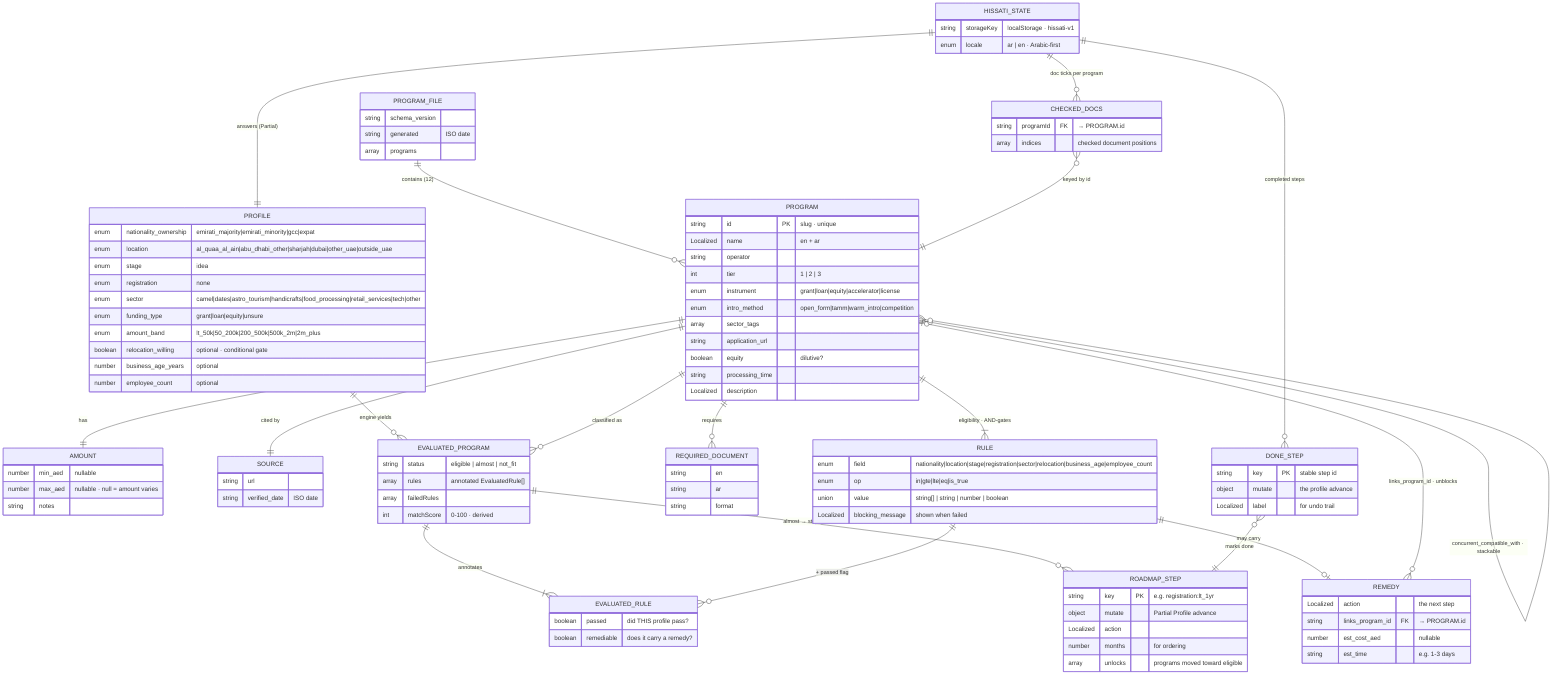
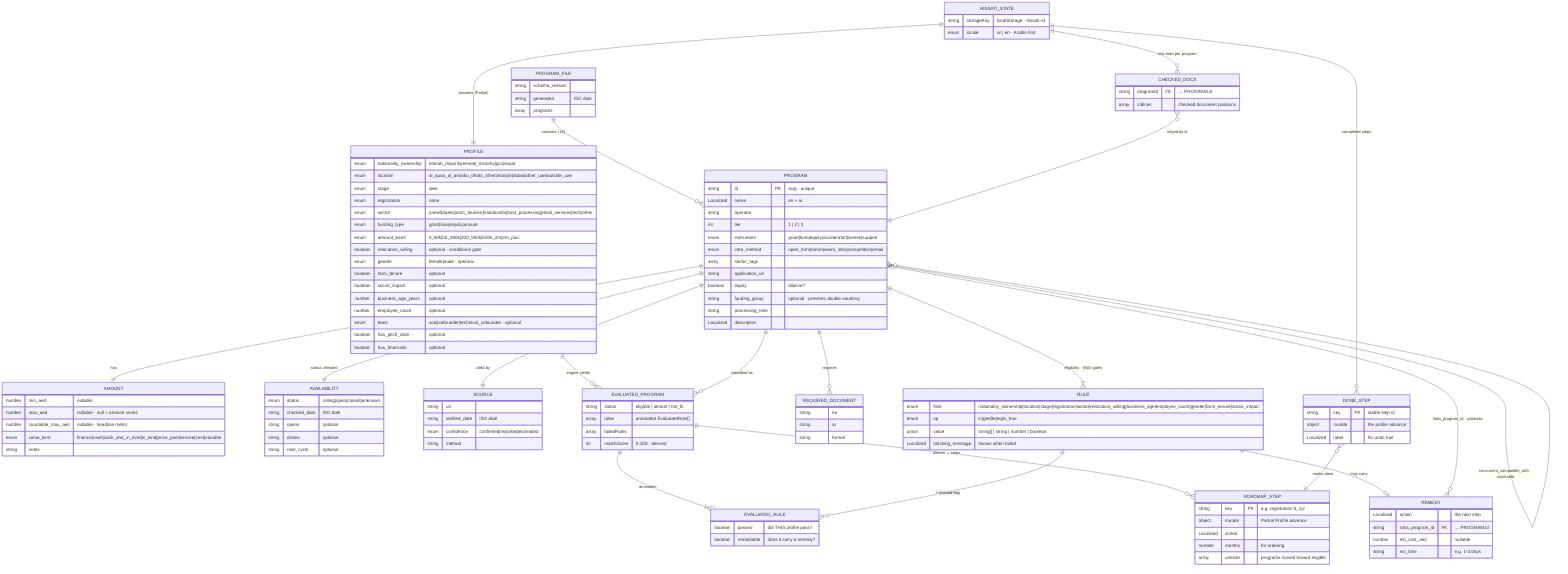
%% Hissati — Data Model (ERD)
%% No SQL database: a bundled, Zod-validated JSON knowledge base + browser localStorage.
%% This models the logical data contract (schema.ts), the derived evaluation entities,
%% and the persisted client state.
erDiagram
-   PROGRAM_FILE ||--o{ PROGRAM : "contains (12)"
+   PROGRAM_FILE ||--o{ PROGRAM : "contains (16)"
  PROGRAM ||--|| AMOUNT : has
+   PROGRAM ||--|| AVAILABILITY : "status checked"
  PROGRAM ||--|| SOURCE : "cited by"
  PROGRAM ||--|{ RULE : "eligibility · AND-gates"
  PROGRAM ||--o{ REQUIRED_DOCUMENT : requires
  RULE ||--o| REMEDY : "may carry"
  REMEDY }o--o| PROGRAM : "links_program_id · unblocks"
  PROGRAM }o--o{ PROGRAM : "concurrent_compatible_with · stackable"

  PROFILE ||--o{ EVALUATED_PROGRAM : "engine yields"
  PROGRAM ||--o{ EVALUATED_PROGRAM : "classified as"
  EVALUATED_PROGRAM ||--|{ EVALUATED_RULE : annotates
  RULE ||--o{ EVALUATED_RULE : "+ passed flag"
  EVALUATED_PROGRAM ||--o{ ROADMAP_STEP : "almost → steps"

  HISSATI_STATE ||--|| PROFILE : "answers (Partial)"
  HISSATI_STATE ||--o{ DONE_STEP : "completed steps"
  HISSATI_STATE ||--o{ CHECKED_DOCS : "doc ticks per program"
  DONE_STEP }o--|| ROADMAP_STEP : "marks done"
  CHECKED_DOCS }o--|| PROGRAM : "keyed by id"

  PROGRAM_FILE {
    string schema_version
    string generated "ISO date"
    array  programs
  }
  PROGRAM {
    string id PK "slug · unique"
    Localized name "en + ar"
    string operator
    int    tier "1 | 2 | 3"
-     enum   instrument "grant|loan|equity|accelerator|license"
-     enum   intro_method "open_form|tamm|warm_intro|competition"
+     enum   instrument "grant|loan|equity|accelerator|license|support"
+     enum   intro_method "open_form|tamm|warm_intro|competition|email"
    array  sector_tags
    string application_url
    boolean equity "dilutive?"
+     string funding_group "optional · prevents double-counting"
    string processing_time
    Localized description
  }
  AMOUNT {
    number min_aed "nullable"
    number max_aed "nullable · null = amount varies"
+     number countable_max_aed "nullable · headline metric"
+     enum   value_kind "finance|cash|cash_and_in_kind|in_kind|prize_pool|service|cost|variable"
    string notes
+   }
+   AVAILABILITY {
+     enum   status "rolling|open|closed|unknown"
+     string checked_date "ISO date"
+     string opens "optional"
+     string closes "optional"
+     string next_cycle "optional"
  }
  SOURCE {
    string url
    string verified_date "ISO date"
+     enum   confidence "confirmed|reported|estimated"
+     string method
  }
  RULE {
-     enum   field "nationality|location|stage|registration|sector|relocation|business_age|employee_count"
+     enum   field "nationality_ownership|location|stage|registration|sector|relocation_willing|business_age|employee_count|gender|farm_tenure|social_impact"
    enum   op "in|gte|lte|eq|is_true"
    union  value "string[] | string | number | boolean"
    Localized blocking_message "shown when failed"
  }
  REMEDY {
    Localized action "the next step"
    string links_program_id FK "→ PROGRAM.id"
    number est_cost_aed "nullable"
    string est_time "e.g. 1-3 days"
  }
  REQUIRED_DOCUMENT {
    string en
    string ar
    string format
  }
  PROFILE {
    enum   nationality_ownership "emirati_majority|emirati_minority|gcc|expat"
    enum   location "al_quaa_al_ain|abu_dhabi_other|sharjah|dubai|other_uae|outside_uae"
    enum   stage "idea<mvp<early_traction<established"
    enum   registration "none<lt_1yr<reg_1_2yr<reg_2yr_plus"
    enum   sector "camel|dates|astro_tourism|handicrafts|food_processing|retail_services|tech|other"
    enum   funding_type "grant|loan|equity|unsure"
    enum   amount_band "lt_50k|50_200k|200_500k|500k_2m|2m_plus"
    boolean relocation_willing "optional · conditional gate"
+     enum   gender "female|male · optional"
+     boolean farm_tenure "optional"
+     boolean social_impact "optional"
    number business_age_years "optional"
    number employee_count "optional"
+     enum   team "solo|cofounder|technical_cofounder · optional"
+     boolean has_pitch_deck "optional"
+     boolean has_financials "optional"
  }
  EVALUATED_PROGRAM {
    string status "eligible | almost | not_fit"
    array  rules "annotated EvaluatedRule[]"
    array  failedRules
    int    matchScore "0-100 · derived"
  }
  EVALUATED_RULE {
    boolean passed "did THIS profile pass?"
    boolean remediable "does it carry a remedy?"
  }
  ROADMAP_STEP {
    string key PK "e.g. registration:lt_1yr"
    object mutate "Partial Profile advance"
    Localized action
    number months "for ordering"
    array  unlocks "programs moved toward eligible"
  }
  HISSATI_STATE {
    string storageKey "localStorage · hissati-v1"
    enum   locale "ar | en · Arabic-first"
  }
  DONE_STEP {
    string key PK "stable step id"
    object mutate "the profile advance"
    Localized label "for undo trail"
  }
  CHECKED_DOCS {
    string programId FK "→ PROGRAM.id"
    array  indices "checked document positions"
  }
